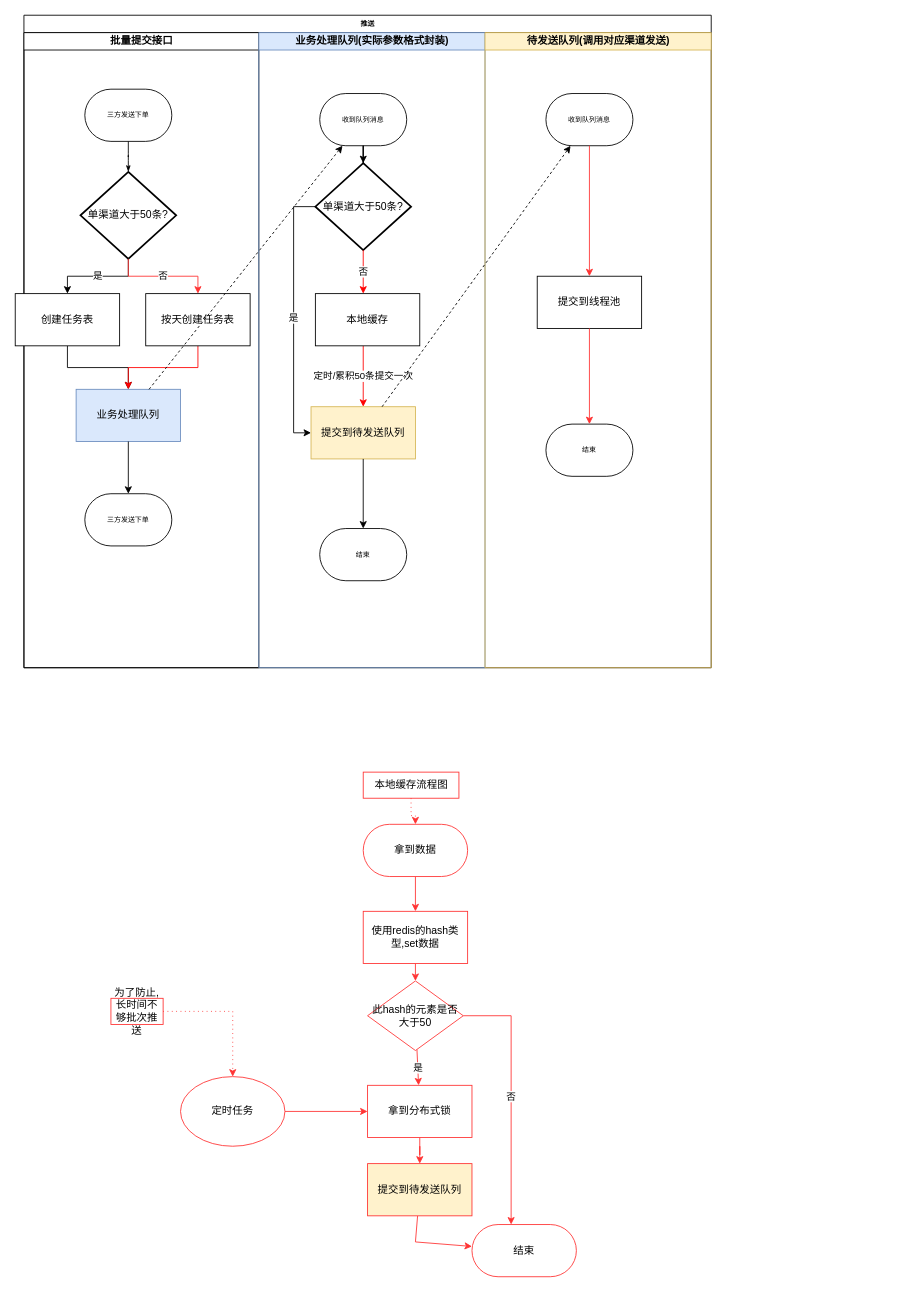
This is 工作项目/推送批量发送优化.drawio from springcloud-boot/draw.io, a draw.io file, before an edit. Source tidied: cells renumbered, new cells numbered last; positions are measured from the earlier drawing's top-left corner, leaving out a move shared by most shapes. Both pictures are drawn from the tidied source at 87%, with x=0, y=0 at pixel (15, 15).
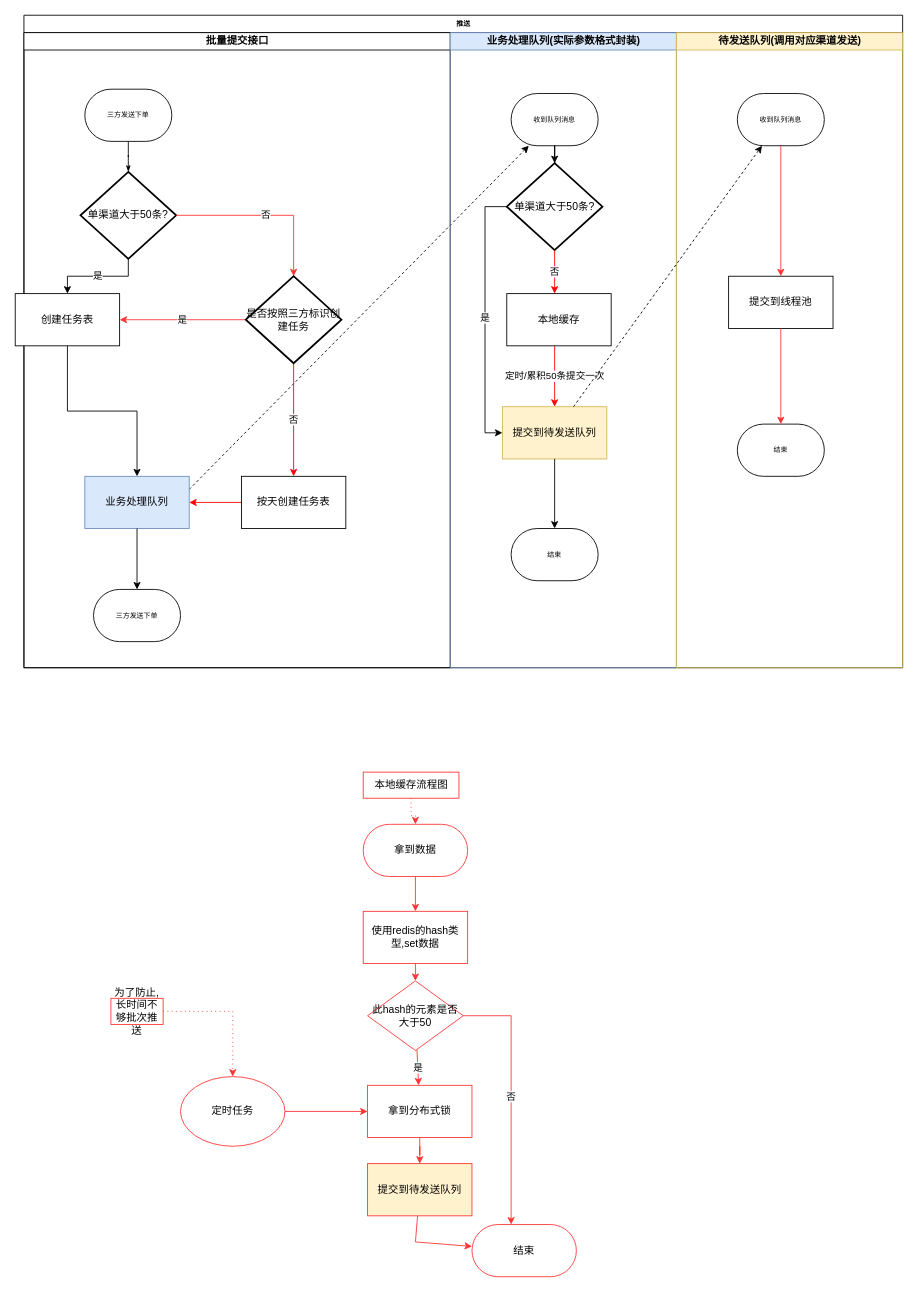
The same diagram, later.

Commit message:
更新推送批量发送优化.drawio

Unchanged cells that the change refers to:
```xml
<mxCell id="5" value="单渠道大于50条?" style="strokeWidth=2;html=1;shape=mxgraph.flowchart.decision;whiteSpace=wrap;" parent="3" vertex="1">
  <mxGeometry x="65" y="160" width="110" height="100" as="geometry" />
</mxCell>
<mxCell id="8" value="创建任务表" style="rounded=0;whiteSpace=wrap;html=1;" parent="3" vertex="1">
  <mxGeometry x="-10" y="300" width="120" height="60" as="geometry" />
</mxCell>
<mxCell id="18" value="收到队列消息" style="rounded=1;whiteSpace=wrap;html=1;shadow=0;labelBackgroundColor=none;strokeWidth=1;fontFamily=Verdana;fontSize=8;align=center;arcSize=50;" parent="17" vertex="1">
  <mxGeometry x="70" y="70" width="100" height="60" as="geometry" />
</mxCell>
```

Change to the diagram source:
```diff
@@
     <mxCell id="2" value="推送" style="swimlane;html=1;startSize=20;rounded=0;shadow=0;labelBackgroundColor=none;strokeWidth=1;fontFamily=Verdana;fontSize=8;align=center;" parent="1" vertex="1">
-      <mxGeometry x="10" width="790" height="750" as="geometry" />
+      <mxGeometry x="10" width="1010" height="750" as="geometry" />
     </mxCell>
+    <mxCell id="16" style="rounded=0;jettySize=auto;html=1;dashed=1;exitX=1;exitY=0.25;exitDx=0;exitDy=0;" parent="2" edge="1" source="13" target="18">
+      <mxGeometry relative="1" as="geometry" />
+    </mxCell>
     <mxCell id="3" value="批量提交接口" style="swimlane;html=1;startSize=20;" parent="2" vertex="1">
-      <mxGeometry y="20" width="270" height="730" as="geometry" />
+      <mxGeometry y="20" width="490" height="730" as="geometry" />
     </mxCell>
@@
     <mxCell id="11" value="按天创建任务表" style="rounded=0;whiteSpace=wrap;html=1;" parent="3" vertex="1">
-      <mxGeometry x="140" y="300" width="120" height="60" as="geometry" />
+      <mxGeometry x="250" y="510" width="120" height="60" as="geometry" />
     </mxCell>
-    <mxCell id="12" value="否" style="edgeStyle=orthogonalEdgeStyle;rounded=0;jettySize=auto;html=1;strokeColor=#FF3333;" parent="3" edge="1" source="5" target="11">
+    <mxCell id="12" value="否" style="edgeStyle=orthogonalEdgeStyle;rounded=0;jettySize=auto;html=1;strokeColor=#FF3333;entryX=0.5;entryY=0;entryDx=0;entryDy=0;entryPerimeter=0;" parent="3" edge="1" source="5" target="55">
       <mxGeometry relative="1" as="geometry" />
     </mxCell>
     <mxCell id="13" value="业务处理队列" style="rounded=0;whiteSpace=wrap;html=1;fillColor=#dae8fc;strokeColor=#6c8ebf;" parent="3" vertex="1">
-      <mxGeometry x="60" y="410" width="120" height="60" as="geometry" />
+      <mxGeometry x="70" y="510" width="120" height="60" as="geometry" />
     </mxCell>
@@
     <mxCell id="15" value="三方发送下单" style="rounded=1;whiteSpace=wrap;html=1;shadow=0;labelBackgroundColor=none;strokeWidth=1;fontFamily=Verdana;fontSize=8;align=center;arcSize=50;" parent="3" vertex="1">
-      <mxGeometry x="70" y="530" width="100" height="60" as="geometry" />
+      <mxGeometry x="80" y="640" width="100" height="60" as="geometry" />
     </mxCell>
-    <mxCell id="16" style="rounded=0;jettySize=auto;html=1;dashed=1;" parent="2" edge="1" source="13" target="18">
-      <mxGeometry relative="1" as="geometry" />
-    </mxCell>
+    <mxCell id="53" value="否" style="edgeStyle=orthogonalEdgeStyle;rounded=0;jettySize=auto;html=1;strokeColor=#FF0000;" parent="3" edge="1" source="55" target="11">
+      <mxGeometry relative="1" as="geometry" />
+    </mxCell>
+    <mxCell id="54" value="是" style="edgeStyle=orthogonalEdgeStyle;rounded=0;jettySize=auto;html=1;strokeColor=#FF3333;" parent="3" edge="1" source="55" target="8">
+      <mxGeometry relative="1" as="geometry" />
+    </mxCell>
+    <mxCell id="55" value="是否按照三方标识创建任务" style="strokeWidth=2;html=1;shape=mxgraph.flowchart.decision;whiteSpace=wrap;" parent="3" vertex="1">
+      <mxGeometry x="255" y="280" width="110" height="100" as="geometry" />
+    </mxCell>
     <mxCell id="17" value="业务处理队列(实际参数格式封装)" style="swimlane;html=1;startSize=20;fillColor=#dae8fc;strokeColor=#6c8ebf;" parent="2" vertex="1">
-      <mxGeometry x="270" y="20" width="260" height="730" as="geometry" />
+      <mxGeometry x="490" y="20" width="260" height="730" as="geometry" />
     </mxCell>
@@
     <mxCell id="28" value="待发送队列(调用对应渠道发送)" style="swimlane;html=1;startSize=20;fillColor=#fff2cc;strokeColor=#d6b656;" parent="2" vertex="1">
-      <mxGeometry x="530" y="20" width="260" height="730" as="geometry" />
+      <mxGeometry x="750" y="20" width="260" height="730" as="geometry" />
     </mxCell>
```
